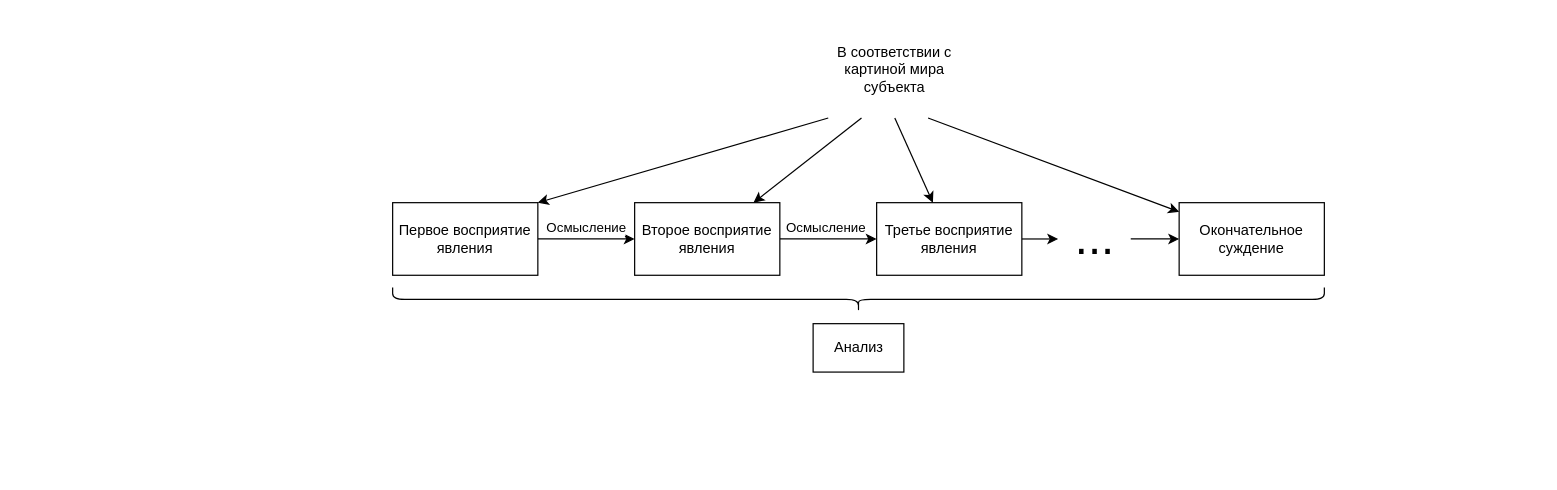
Above: page "Анализ" (1 of 6) of Основы системного анализа/lab1/Диаграммы.drawio in kuskas112/Labs (draw.io), before the change. Source tidied: cells renumbered, new cells numbered last; positions are measured from the earlier drawing's top-left corner, leaving out a move shared by most shapes. Both pictures are drawn from the tidied source at 121%, with x=0, y=0 at pixel (392, -167).
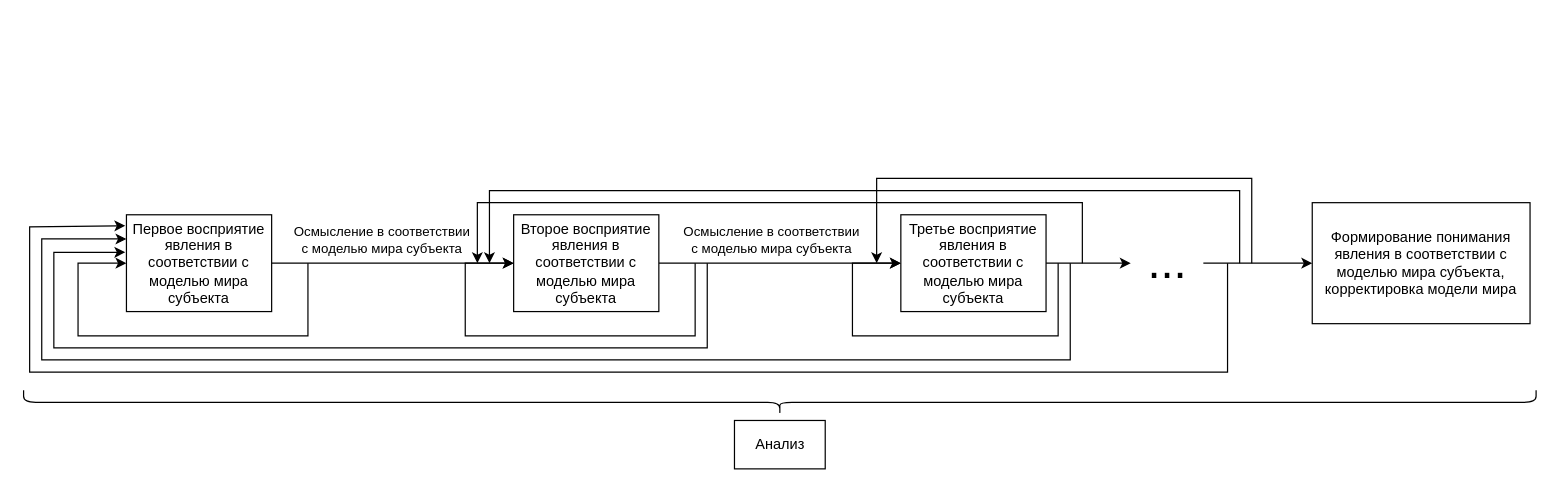
The same page after the edit.

The change refers to these unchanged cells:
```xml
<mxCell id="2" style="edgeStyle=orthogonalEdgeStyle;rounded=0;jettySize=auto;html=1;" parent="1" edge="1" source="4" target="7">
  <mxGeometry relative="1" as="geometry" />
</mxCell>
<mxCell id="5" style="edgeStyle=orthogonalEdgeStyle;rounded=0;jettySize=auto;html=1;" parent="1" edge="1" source="7" target="9">
  <mxGeometry relative="1" as="geometry" />
</mxCell>
```

What changed in the source:
```diff
@@
-    <mxCell id="3" value="Осмысление" style="edgeLabel;html=1;align=center;verticalAlign=middle;" parent="2" vertex="1">
+    <mxCell id="3" value="Осмысление в соответствии &lt;br&gt;с моделью мира субъекта" style="edgeLabel;html=1;align=center;verticalAlign=middle;" parent="2" vertex="1">
       <mxGeometry x="-0.15" relative="1" as="geometry">
-        <mxPoint x="5" y="-10" as="offset" />
+        <mxPoint x="5" y="-20" as="offset" />
       </mxGeometry>
     </mxCell>
-    <mxCell id="4" value="Первое восприятие явления" style="rounded=0;whiteSpace=wrap;html=1;" parent="1" vertex="1">
-      <mxGeometry y="305" width="120" height="60" as="geometry" />
+    <mxCell id="4" value="Первое восприятие явления в соответствии с моделью мира субъекта" style="rounded=0;whiteSpace=wrap;html=1;" parent="1" vertex="1">
+      <mxGeometry x="-220" y="315" width="120" height="80" as="geometry" />
     </mxCell>
@@
-    <mxCell id="6" value="Осмысление" style="edgeLabel;html=1;align=center;verticalAlign=middle;" parent="5" vertex="1">
+    <mxCell id="6" value="Осмысление в соответствии&lt;br&gt;с моделью мира субъекта" style="edgeLabel;html=1;align=center;verticalAlign=middle;" parent="5" vertex="1">
       <mxGeometry x="-0.08" y="4" relative="1" as="geometry">
-        <mxPoint y="-6" as="offset" />
+        <mxPoint y="-16" as="offset" />
       </mxGeometry>
     </mxCell>
-    <mxCell id="7" value="Второе восприятие явления" style="rounded=0;whiteSpace=wrap;html=1;" parent="1" vertex="1">
-      <mxGeometry x="200" y="305" width="120" height="60" as="geometry" />
+    <mxCell id="7" value="Второе восприятие явления в соответствии с моделью мира субъекта" style="rounded=0;whiteSpace=wrap;html=1;" parent="1" vertex="1">
+      <mxGeometry x="100" y="315" width="120" height="80" as="geometry" />
     </mxCell>
-    <mxCell id="8" style="edgeStyle=orthogonalEdgeStyle;rounded=0;jettySize=auto;html=1;" parent="1" edge="1" source="9">
-      <mxGeometry relative="1" as="geometry">
-        <mxPoint x="550" y="335" as="targetPoint" />
-      </mxGeometry>
+    <mxCell id="8" style="edgeStyle=orthogonalEdgeStyle;rounded=0;jettySize=auto;html=1;" parent="1" edge="1" source="9" target="12">
+      <mxGeometry relative="1" as="geometry" />
     </mxCell>
-    <mxCell id="9" value="Третье восприятие явления" style="rounded=0;whiteSpace=wrap;html=1;" parent="1" vertex="1">
-      <mxGeometry x="400" y="305" width="120" height="60" as="geometry" />
+    <mxCell id="9" value="Третье восприятие явления в соответствии с моделью мира субъекта" style="rounded=0;whiteSpace=wrap;html=1;" parent="1" vertex="1">
+      <mxGeometry x="420" y="315" width="120" height="80" as="geometry" />
     </mxCell>
-    <mxCell id="10" value="Окончательное суждение" style="rounded=0;whiteSpace=wrap;html=1;" parent="1" vertex="1">
-      <mxGeometry x="650" y="305" width="120" height="60" as="geometry" />
+    <mxCell id="10" value="Формирование понимания явления в соответствии с моделью мира субъекта, корректировка модели мира" style="rounded=0;whiteSpace=wrap;html=1;" parent="1" vertex="1">
+      <mxGeometry x="760" y="305" width="180" height="100" as="geometry" />
     </mxCell>
@@
     <mxCell id="12" value="&lt;font style=&quot;font-size: 39px;&quot;&gt;...&lt;/font&gt;" style="text;html=1;align=center;verticalAlign=middle;points=[];strokeColor=none;fillColor=none;" parent="1" vertex="1">
-      <mxGeometry x="550" y="305" width="60" height="60" as="geometry" />
+      <mxGeometry x="610" y="325" width="60" height="60" as="geometry" />
     </mxCell>
     <mxCell id="13" style="shape=curlyBracket;whiteSpace=wrap;html=1;rounded=1;labelPosition=left;verticalLabelPosition=middle;align=right;verticalAlign=middle;rotation=-90;" parent="1" vertex="1">
-      <mxGeometry x="375" width="20" height="770" as="geometry" />
+      <mxGeometry x="310" y="-155" width="20" height="1250" as="geometry" />
     </mxCell>
     <mxCell id="14" value="Анализ" style="rounded=0;whiteSpace=wrap;html=1;" parent="1" vertex="1">
-      <mxGeometry x="347.5" y="405" width="75" height="40" as="geometry" />
+      <mxGeometry x="282.5" y="485" width="75" height="40" as="geometry" />
     </mxCell>
-    <mxCell id="15" style="rounded=0;jettySize=auto;html=1;exitX=0;exitY=1;exitDx=0;exitDy=0;entryX=1;entryY=0;entryDx=0;entryDy=0;" parent="1" edge="1" source="19" target="4">
-      <mxGeometry relative="1" as="geometry" />
-    </mxCell>
-    <mxCell id="16" style="edgeStyle=none;rounded=0;jettySize=auto;html=1;exitX=0.25;exitY=1;exitDx=0;exitDy=0;strokeColor=default;align=center;verticalAlign=middle;fontFamily=Helvetica;fontSize=11;fontColor=default;labelBackgroundColor=default;endArrow=classic;" parent="1" edge="1" source="19" target="7">
-      <mxGeometry relative="1" as="geometry" />
-    </mxCell>
-    <mxCell id="17" style="edgeStyle=none;rounded=0;jettySize=auto;html=1;exitX=0.5;exitY=1;exitDx=0;exitDy=0;strokeColor=default;align=center;verticalAlign=middle;fontFamily=Helvetica;fontSize=11;fontColor=default;labelBackgroundColor=default;endArrow=classic;" parent="1" edge="1" source="19" target="9">
-      <mxGeometry relative="1" as="geometry" />
-    </mxCell>
-    <mxCell id="18" style="edgeStyle=none;rounded=0;jettySize=auto;html=1;exitX=0.75;exitY=1;exitDx=0;exitDy=0;strokeColor=default;align=center;verticalAlign=middle;fontFamily=Helvetica;fontSize=11;fontColor=default;labelBackgroundColor=default;endArrow=classic;" parent="1" edge="1" source="19" target="10">
-      <mxGeometry relative="1" as="geometry" />
-    </mxCell>
-    <mxCell id="19" value="В соответствии с картиной мира субъекта" style="text;html=1;align=center;verticalAlign=middle;whiteSpace=wrap;rounded=0;" parent="1" vertex="1">
-      <mxGeometry x="360" y="155" width="110" height="80" as="geometry" />
-    </mxCell>
+    <mxCell id="20" style="endArrow=classic;html=1;rounded=0;entryX=0;entryY=0.5;entryDx=0;entryDy=0;" parent="1" edge="1" target="4">
+      <mxGeometry relative="1" as="geometry">
+        <mxPoint x="-70" y="355" as="sourcePoint" />
+        <Array as="points">
+          <mxPoint x="-70" y="415" />
+          <mxPoint x="-160" y="415" />
+          <mxPoint x="-260" y="415" />
+          <mxPoint x="-260" y="355" />
+        </Array>
+      </mxGeometry>
+    </mxCell>
+    <mxCell id="21" style="endArrow=classic;html=1;rounded=0;entryX=0;entryY=0.5;entryDx=0;entryDy=0;" parent="1" edge="1">
+      <mxGeometry relative="1" as="geometry">
+        <mxPoint x="250" y="355" as="sourcePoint" />
+        <mxPoint x="100" y="355" as="targetPoint" />
+        <Array as="points">
+          <mxPoint x="250" y="415" />
+          <mxPoint x="160" y="415" />
+          <mxPoint x="60" y="415" />
+          <mxPoint x="60" y="355" />
+        </Array>
+      </mxGeometry>
+    </mxCell>
+    <mxCell id="22" style="endArrow=classic;html=1;rounded=0;entryX=0;entryY=0.5;entryDx=0;entryDy=0;" parent="1" edge="1">
+      <mxGeometry relative="1" as="geometry">
+        <mxPoint x="550" y="355" as="sourcePoint" />
+        <mxPoint x="420" y="355" as="targetPoint" />
+        <Array as="points">
+          <mxPoint x="550" y="415" />
+          <mxPoint x="480" y="415" />
+          <mxPoint x="380" y="415" />
+          <mxPoint x="380" y="355" />
+        </Array>
+      </mxGeometry>
+    </mxCell>
+    <mxCell id="23" style="endArrow=classic;html=1;rounded=0;entryX=-0.008;entryY=0.388;entryDx=0;entryDy=0;entryPerimeter=0;" parent="1" edge="1" target="4">
+      <mxGeometry relative="1" as="geometry">
+        <mxPoint x="260" y="355" as="sourcePoint" />
+        <Array as="points">
+          <mxPoint x="260" y="425" />
+          <mxPoint x="-280" y="425" />
+          <mxPoint x="-280" y="346" />
+        </Array>
+      </mxGeometry>
+    </mxCell>
+    <mxCell id="24" style="endArrow=classic;html=1;rounded=0;entryX=0;entryY=0.25;entryDx=0;entryDy=0;" parent="1" edge="1" target="4">
+      <mxGeometry relative="1" as="geometry">
+        <mxPoint x="560" y="355" as="sourcePoint" />
+        <Array as="points">
+          <mxPoint x="560" y="435" />
+          <mxPoint x="-290" y="435" />
+          <mxPoint x="-290" y="335" />
+        </Array>
+      </mxGeometry>
+    </mxCell>
+    <mxCell id="25" style="endArrow=classic;html=1;rounded=0;entryX=-0.008;entryY=0.113;entryDx=0;entryDy=0;entryPerimeter=0;" parent="1" edge="1" target="4">
+      <mxGeometry relative="1" as="geometry">
+        <mxPoint x="690" y="355" as="sourcePoint" />
+        <Array as="points">
+          <mxPoint x="690" y="445" />
+          <mxPoint x="-300" y="445" />
+          <mxPoint x="-300" y="325" />
+        </Array>
+      </mxGeometry>
+    </mxCell>
+    <mxCell id="26" style="endArrow=classic;html=1;rounded=0;" parent="1" edge="1">
+      <mxGeometry relative="1" as="geometry">
+        <mxPoint x="570" y="355" as="sourcePoint" />
+        <mxPoint x="70" y="355" as="targetPoint" />
+        <Array as="points">
+          <mxPoint x="570" y="305" />
+          <mxPoint x="70" y="305" />
+          <mxPoint x="70" y="335" />
+        </Array>
+      </mxGeometry>
+    </mxCell>
+    <mxCell id="27" style="endArrow=classic;html=1;rounded=0;" parent="1" edge="1">
+      <mxGeometry relative="1" as="geometry">
+        <mxPoint x="700" y="355" as="sourcePoint" />
+        <mxPoint x="80" y="355" as="targetPoint" />
+        <Array as="points">
+          <mxPoint x="700" y="295" />
+          <mxPoint x="80" y="295" />
+          <mxPoint x="80" y="325" />
+        </Array>
+      </mxGeometry>
+    </mxCell>
+    <mxCell id="28" style="endArrow=classic;html=1;rounded=0;" parent="1" edge="1">
+      <mxGeometry relative="1" as="geometry">
+        <mxPoint x="710" y="355" as="sourcePoint" />
+        <mxPoint x="400" y="355" as="targetPoint" />
+        <Array as="points">
+          <mxPoint x="710" y="285" />
+          <mxPoint x="400" y="285" />
+          <mxPoint x="400" y="335" />
+        </Array>
+      </mxGeometry>
+    </mxCell>
```
